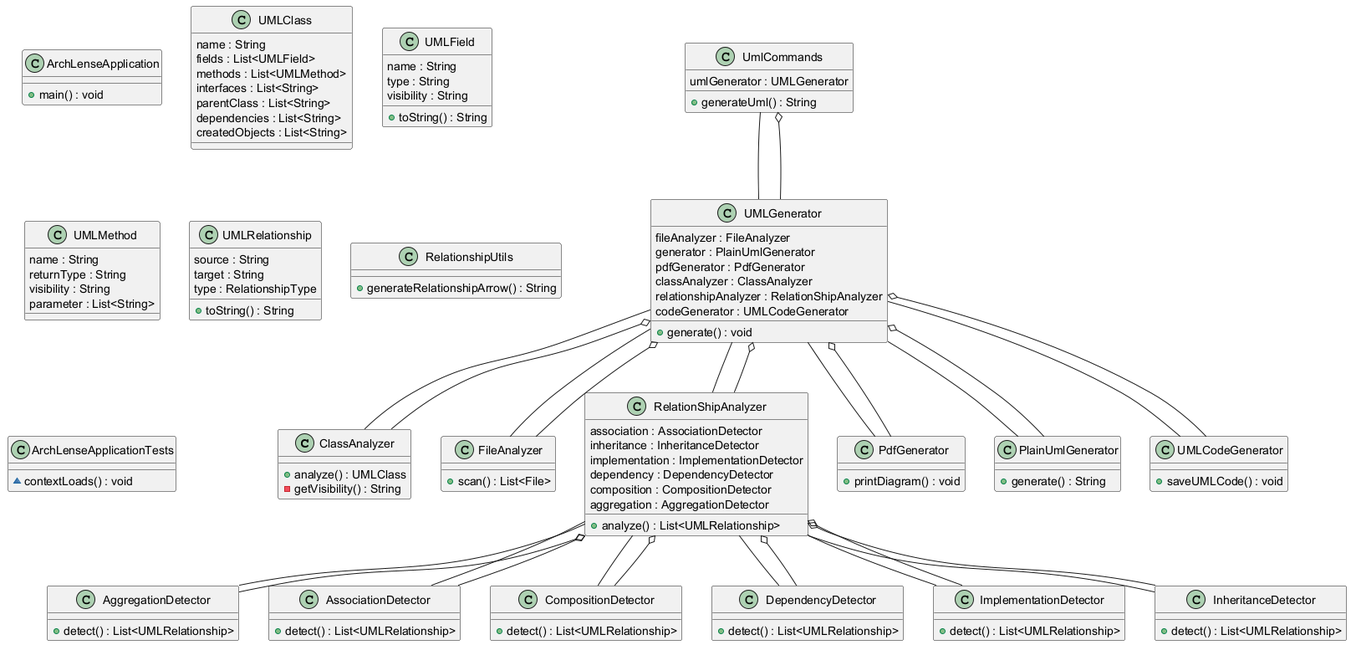
This is diagram.png from sithija-sulochana/ArchLense, a PlantUML export, as it was before one commit. Source of this version:
```plantuml
@startuml
class ClassAnalyzer {
  + analyze() : UMLClass
  - getVisibility() : String
}
class FileAnalyzer {
  + scan() : List<File>
}
class RelationShipAnalyzer {
  association : AssociationDetector
  inheritance : InheritanceDetector
  implementation : ImplementationDetector
  dependency : DependencyDetector
  composition : CompositionDetector
  aggregation : AggregationDetector
  + analyze() : List<UMLRelationship>
}
class ArchLenseApplication {
  + main() : void
}
class AggregationDetector {
  + detect() : List<UMLRelationship>
}
class AssociationDetector {
  + detect() : List<UMLRelationship>
}
class CompositionDetector {
  + detect() : List<UMLRelationship>
}
class DependencyDetector {
  + detect() : List<UMLRelationship>
}
class ImplementationDetector {
  + detect() : List<UMLRelationship>
}
class InheritanceDetector {
  + detect() : List<UMLRelationship>
}
class PdfGenerator {
  + printDiagram() : void
}
class PlainUmlGenerator {
  + generate() : String
}
class UMLCodeGenerator {
  + saveUMLCode() : void
}
class UMLClass {
  name : String
  fields : List<UMLField>
  methods : List<UMLMethod>
  interfaces : List<String>
  parentClass : List<String>
  dependencies : List<String>
  createdObjects : List<String>
}
class UMLField {
  name : String
  type : String
  visibility : String
  + toString() : String
}
class UMLMethod {
  name : String
  returnType : String
  visibility : String
  parameter : List<String>
}
class UMLRelationship {
  source : String
  target : String
  type : RelationshipType
  + toString() : String
}
class UMLGenerator {
  fileAnalyzer : FileAnalyzer
  generator : PlainUmlGenerator
  pdfGenerator : PdfGenerator
  classAnalyzer : ClassAnalyzer
  relationshipAnalyzer : RelationShipAnalyzer
  codeGenerator : UMLCodeGenerator
  + generate() : void
}
class UmlCommands {
  umlGenerator : UMLGenerator
  + generateUml() : String
}
class RelationshipUtils {
  + generateRelationshipArrow() : String
}
class ArchLenseApplicationTests {
  ~ contextLoads() : void
}
RelationShipAnalyzer -- InheritanceDetector
RelationShipAnalyzer -- CompositionDetector
RelationShipAnalyzer -- AssociationDetector
UMLGenerator -- RelationShipAnalyzer
UmlCommands -- UMLGenerator
RelationShipAnalyzer -- DependencyDetector
UMLGenerator -- PdfGenerator
UMLGenerator -- FileAnalyzer
UMLGenerator -- PlainUmlGenerator
UMLGenerator -- UMLCodeGenerator
UMLGenerator -- ClassAnalyzer
RelationShipAnalyzer -- AggregationDetector
RelationShipAnalyzer -- ImplementationDetector
UMLGenerator o-- FileAnalyzer
RelationShipAnalyzer o-- AggregationDetector
UMLGenerator o-- UMLCodeGenerator
UmlCommands o-- UMLGenerator
RelationShipAnalyzer o-- AssociationDetector
RelationShipAnalyzer o-- ImplementationDetector
UMLGenerator o-- PdfGenerator
UMLGenerator o-- RelationShipAnalyzer
RelationShipAnalyzer o-- DependencyDetector
UMLGenerator o-- ClassAnalyzer
UMLGenerator o-- PlainUmlGenerator
RelationShipAnalyzer o-- CompositionDetector
RelationShipAnalyzer o-- InheritanceDetector
@enduml
```
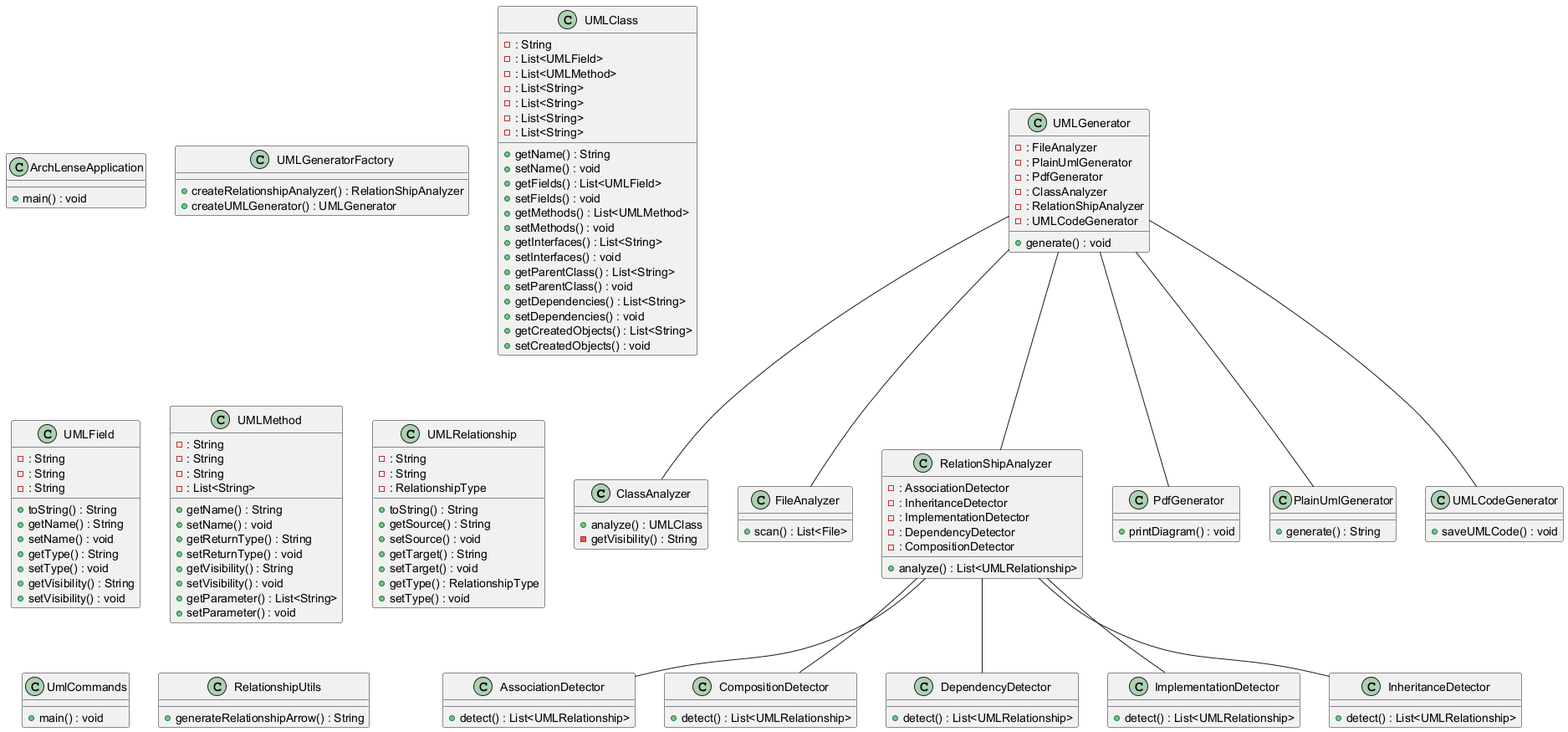
The same diagram one commit later.

What changed in the source:
```diff
@@ -7,19 +7,15 @@
   + scan() : List<File>
 }
 class RelationShipAnalyzer {
-  association : AssociationDetector
-  inheritance : InheritanceDetector
-  implementation : ImplementationDetector
-  dependency : DependencyDetector
-  composition : CompositionDetector
-  aggregation : AggregationDetector
+  - : AssociationDetector
+  - : InheritanceDetector
+  - : ImplementationDetector
+  - : DependencyDetector
+  - : CompositionDetector
   + analyze() : List<UMLRelationship>
 }
 class ArchLenseApplication {
   + main() : void
-}
-class AggregationDetector {
-  + detect() : List<UMLRelationship>
 }
 class AssociationDetector {
   + detect() : List<UMLRelationship>
@@ -36,6 +32,10 @@
 class InheritanceDetector {
   + detect() : List<UMLRelationship>
 }
+class UMLGeneratorFactory {
+  + createRelationshipAnalyzer() : RelationShipAnalyzer
+  + createUMLGenerator() : UMLGenerator
+}
 class PdfGenerator {
   + printDiagram() : void
 }
@@ -46,75 +46,90 @@
   + saveUMLCode() : void
 }
 class UMLClass {
-  name : String
-  fields : List<UMLField>
-  methods : List<UMLMethod>
-  interfaces : List<String>
-  parentClass : List<String>
-  dependencies : List<String>
-  createdObjects : List<String>
+  - : String
+  - : List<UMLField>
+  - : List<UMLMethod>
+  - : List<String>
+  - : List<String>
+  - : List<String>
+  - : List<String>
+  + getName() : String
+  + setName() : void
+  + getFields() : List<UMLField>
+  + setFields() : void
+  + getMethods() : List<UMLMethod>
+  + setMethods() : void
+  + getInterfaces() : List<String>
+  + setInterfaces() : void
+  + getParentClass() : List<String>
+  + setParentClass() : void
+  + getDependencies() : List<String>
+  + setDependencies() : void
+  + getCreatedObjects() : List<String>
+  + setCreatedObjects() : void
 }
 class UMLField {
-  name : String
-  type : String
-  visibility : String
+  - : String
+  - : String
+  - : String
   + toString() : String
+  + getName() : String
+  + setName() : void
+  + getType() : String
+  + setType() : void
+  + getVisibility() : String
+  + setVisibility() : void
 }
 class UMLMethod {
-  name : String
-  returnType : String
-  visibility : String
-  parameter : List<String>
+  - : String
+  - : String
+  - : String
+  - : List<String>
+  + getName() : String
+  + setName() : void
+  + getReturnType() : String
+  + setReturnType() : void
+  + getVisibility() : String
+  + setVisibility() : void
+  + getParameter() : List<String>
+  + setParameter() : void
 }
 class UMLRelationship {
-  source : String
-  target : String
-  type : RelationshipType
+  - : String
+  - : String
+  - : RelationshipType
   + toString() : String
+  + getSource() : String
+  + setSource() : void
+  + getTarget() : String
+  + setTarget() : void
+  + getType() : RelationshipType
+  + setType() : void
 }
 class UMLGenerator {
-  fileAnalyzer : FileAnalyzer
-  generator : PlainUmlGenerator
-  pdfGenerator : PdfGenerator
-  classAnalyzer : ClassAnalyzer
-  relationshipAnalyzer : RelationShipAnalyzer
-  codeGenerator : UMLCodeGenerator
+  - : FileAnalyzer
+  - : PlainUmlGenerator
+  - : PdfGenerator
+  - : ClassAnalyzer
+  - : RelationShipAnalyzer
+  - : UMLCodeGenerator
   + generate() : void
 }
 class UmlCommands {
-  umlGenerator : UMLGenerator
-  + generateUml() : String
+  + main() : void
 }
 class RelationshipUtils {
   + generateRelationshipArrow() : String
 }
-class ArchLenseApplicationTests {
-  ~ contextLoads() : void
-}
+UMLGenerator -- FileAnalyzer
+RelationShipAnalyzer -- DependencyDetector
 RelationShipAnalyzer -- InheritanceDetector
+UMLGenerator -- PdfGenerator
+RelationShipAnalyzer -- AssociationDetector
+UMLGenerator -- PlainUmlGenerator
+UMLGenerator -- RelationShipAnalyzer
+RelationShipAnalyzer -- ImplementationDetector
+UMLGenerator -- ClassAnalyzer
+UMLGenerator -- UMLCodeGenerator
 RelationShipAnalyzer -- CompositionDetector
-RelationShipAnalyzer -- AssociationDetector
-UMLGenerator -- RelationShipAnalyzer
-UmlCommands -- UMLGenerator
-RelationShipAnalyzer -- DependencyDetector
-UMLGenerator -- PdfGenerator
-UMLGenerator -- FileAnalyzer
-UMLGenerator -- PlainUmlGenerator
-UMLGenerator -- UMLCodeGenerator
-UMLGenerator -- ClassAnalyzer
-RelationShipAnalyzer -- AggregationDetector
-RelationShipAnalyzer -- ImplementationDetector
-UMLGenerator o-- FileAnalyzer
-RelationShipAnalyzer o-- AggregationDetector
-UMLGenerator o-- UMLCodeGenerator
-UmlCommands o-- UMLGenerator
-RelationShipAnalyzer o-- AssociationDetector
-RelationShipAnalyzer o-- ImplementationDetector
-UMLGenerator o-- PdfGenerator
-UMLGenerator o-- RelationShipAnalyzer
-RelationShipAnalyzer o-- DependencyDetector
-UMLGenerator o-- ClassAnalyzer
-UMLGenerator o-- PlainUmlGenerator
-RelationShipAnalyzer o-- CompositionDetector
-RelationShipAnalyzer o-- InheritanceDetector
 @enduml
```
